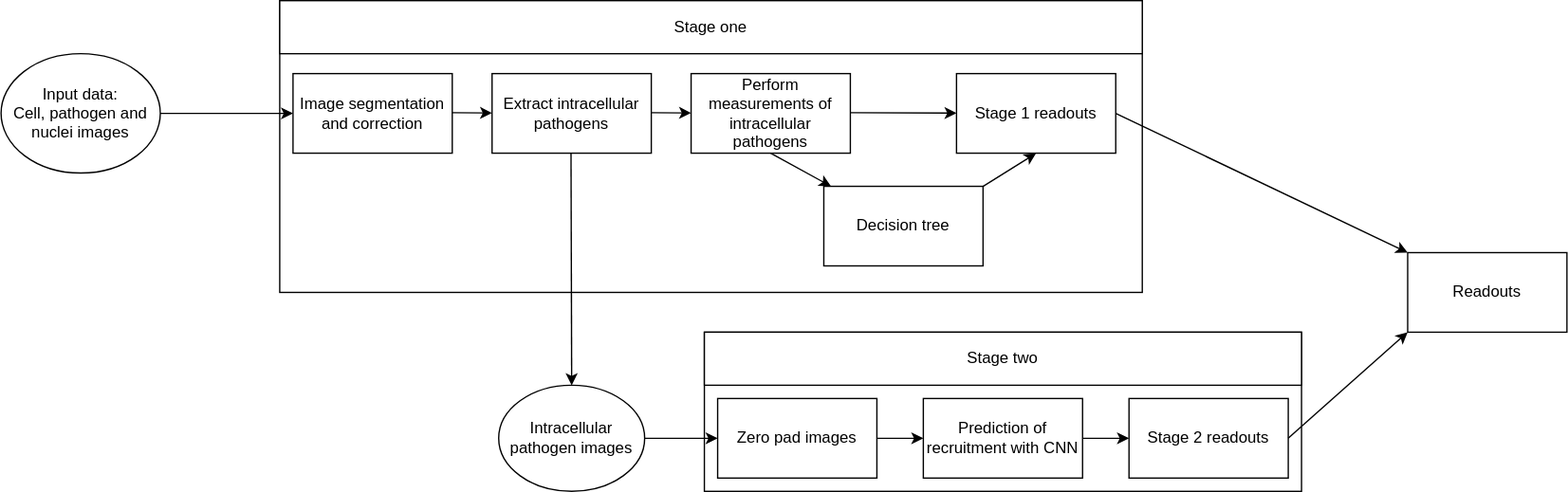
The draw.io diagram pipeline.drawio.svg in darkhaze97/pathogen_host_interaction_pipeline, before a commit. Source tidied: cells renumbered, new cells last; positions are measured from the earlier drawing's top-left corner, leaving out a move shared by most shapes.
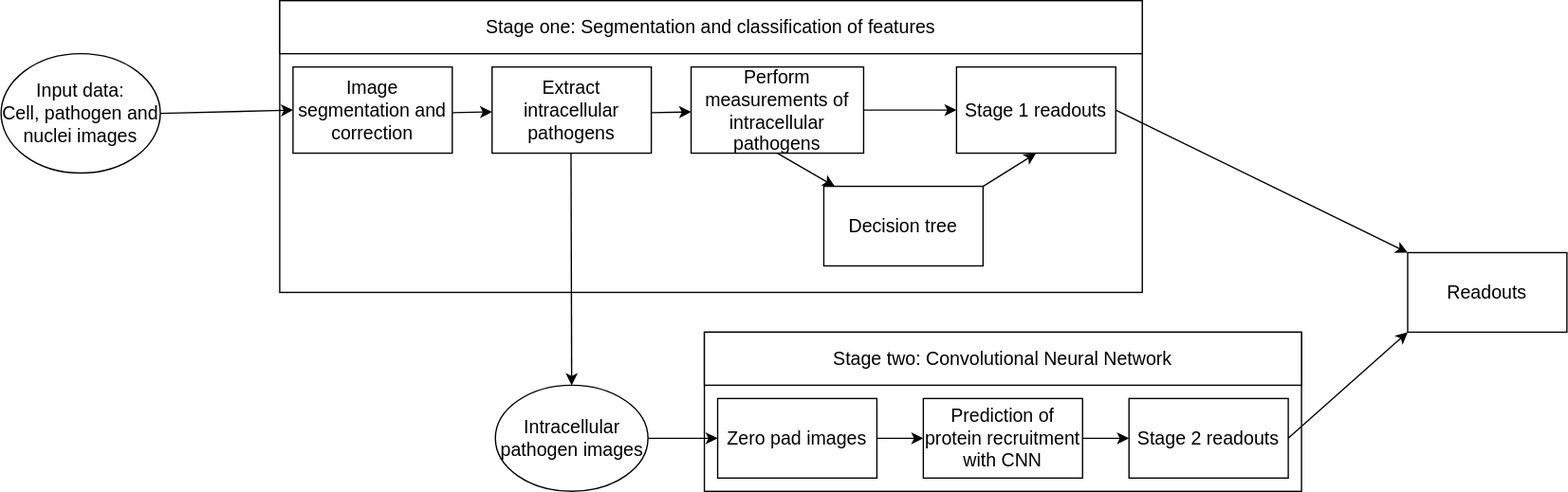
Later version of the same file.

The edit, as a diff of the source:
```diff
@@ -2,39 +2,39 @@
   <root>
     <mxCell id="0" />
     <mxCell id="1" parent="0" />
-    <mxCell id="2" value="Input data:&lt;br&gt;Cell, pathogen and nuclei images" style="ellipse;whiteSpace=wrap;html=1;" parent="1" vertex="1">
+    <mxCell id="2" value="&lt;font style=&quot;font-size: 14px&quot;&gt;Input data:&lt;br&gt;Cell, pathogen and nuclei images&lt;/font&gt;" style="ellipse;whiteSpace=wrap;html=1;" parent="1" vertex="1">
       <mxGeometry y="40" width="120" height="90" as="geometry" />
     </mxCell>
     <mxCell id="3" style="rounded=0;whiteSpace=wrap;html=1;" parent="1" vertex="1">
       <mxGeometry x="210" width="650" height="220" as="geometry" />
     </mxCell>
-    <mxCell id="4" value="Stage one" style="rounded=0;whiteSpace=wrap;html=1;" parent="1" vertex="1">
+    <mxCell id="4" value="&lt;font style=&quot;font-size: 14px&quot;&gt;Stage one: Segmentation and classification of features&lt;/font&gt;" style="rounded=0;whiteSpace=wrap;html=1;" parent="1" vertex="1">
       <mxGeometry x="210" width="650" height="40" as="geometry" />
     </mxCell>
     <mxCell id="5" style="endArrow=classic;html=1;rounded=0;entryX=0;entryY=0.5;entryDx=0;entryDy=0;exitX=1;exitY=0.5;exitDx=0;exitDy=0;" parent="1" edge="1" source="2" target="6">
       <mxGeometry relative="1" as="geometry" />
     </mxCell>
-    <mxCell id="6" value="Image segmentation and correction" style="rounded=0;whiteSpace=wrap;html=1;" parent="1" vertex="1">
-      <mxGeometry x="220" y="55" width="120" height="60" as="geometry" />
+    <mxCell id="6" value="&lt;font style=&quot;font-size: 14px&quot;&gt;Image segmentation and correction&lt;/font&gt;" style="rounded=0;whiteSpace=wrap;html=1;" parent="1" vertex="1">
+      <mxGeometry x="220" y="50" width="120" height="65" as="geometry" />
     </mxCell>
     <mxCell id="7" style="endArrow=classic;html=1;rounded=0;" parent="1" edge="1" target="8">
       <mxGeometry relative="1" as="geometry">
         <mxPoint x="340" y="84.5" as="sourcePoint" />
       </mxGeometry>
     </mxCell>
-    <mxCell id="8" value="Extract intracellular pathogens" style="rounded=0;whiteSpace=wrap;html=1;" parent="1" vertex="1">
-      <mxGeometry x="370" y="55" width="120" height="60" as="geometry" />
+    <mxCell id="8" value="&lt;font style=&quot;font-size: 14px&quot;&gt;Extract intracellular pathogens&lt;/font&gt;" style="rounded=0;whiteSpace=wrap;html=1;" parent="1" vertex="1">
+      <mxGeometry x="370" y="50" width="120" height="65" as="geometry" />
     </mxCell>
     <mxCell id="9" style="endArrow=classic;html=1;rounded=0;" parent="1" edge="1" target="10">
       <mxGeometry relative="1" as="geometry">
         <mxPoint x="490" y="84.5" as="sourcePoint" />
       </mxGeometry>
     </mxCell>
-    <mxCell id="10" value="Perform measurements of intracellular pathogens" style="rounded=0;whiteSpace=wrap;html=1;" parent="1" vertex="1">
-      <mxGeometry x="520" y="55" width="120" height="60" as="geometry" />
+    <mxCell id="10" value="&lt;font style=&quot;font-size: 14px&quot;&gt;Perform measurements of intracellular pathogens&lt;/font&gt;" style="rounded=0;whiteSpace=wrap;html=1;" parent="1" vertex="1">
+      <mxGeometry x="520" y="50" width="130" height="65" as="geometry" />
     </mxCell>
-    <mxCell id="11" value="Intracellular pathogen images" style="ellipse;whiteSpace=wrap;html=1;" parent="1" vertex="1">
-      <mxGeometry x="375" y="290" width="110" height="80" as="geometry" />
+    <mxCell id="11" value="&lt;font style=&quot;font-size: 14px&quot;&gt;Intracellular pathogen images&lt;/font&gt;" style="ellipse;whiteSpace=wrap;html=1;" parent="1" vertex="1">
+      <mxGeometry x="372.5" y="290" width="115" height="80" as="geometry" />
     </mxCell>
     <mxCell id="12" style="endArrow=classic;html=1;rounded=0;entryX=0.5;entryY=0;entryDx=0;entryDy=0;" parent="1" edge="1" target="11">
       <mxGeometry relative="1" as="geometry">
@@ -44,45 +44,43 @@
     <mxCell id="13" style="rounded=0;whiteSpace=wrap;html=1;" parent="1" vertex="1">
       <mxGeometry x="530" y="250" width="450" height="120" as="geometry" />
     </mxCell>
-    <mxCell id="14" value="Zero pad images" style="rounded=0;whiteSpace=wrap;html=1;" parent="1" vertex="1">
+    <mxCell id="14" value="&lt;font style=&quot;font-size: 14px&quot;&gt;Zero pad images&lt;/font&gt;" style="rounded=0;whiteSpace=wrap;html=1;" parent="1" vertex="1">
       <mxGeometry x="540" y="300" width="120" height="60" as="geometry" />
     </mxCell>
-    <mxCell id="15" value="Stage two" style="rounded=0;whiteSpace=wrap;html=1;" parent="1" vertex="1">
+    <mxCell id="15" value="&lt;font style=&quot;font-size: 14px&quot;&gt;Stage two: Convolutional Neural Network&lt;/font&gt;" style="rounded=0;whiteSpace=wrap;html=1;" parent="1" vertex="1">
       <mxGeometry x="530" y="250" width="450" height="40" as="geometry" />
     </mxCell>
     <mxCell id="16" style="endArrow=classic;html=1;rounded=0;exitX=1;exitY=0.5;exitDx=0;exitDy=0;" parent="1" edge="1" source="14" target="17">
       <mxGeometry relative="1" as="geometry" />
     </mxCell>
-    <mxCell id="17" value="Prediction of recruitment with CNN" style="rounded=0;whiteSpace=wrap;html=1;" parent="1" vertex="1">
+    <mxCell id="17" value="&lt;font style=&quot;font-size: 14px&quot;&gt;Prediction of protein recruitment with CNN&lt;/font&gt;" style="rounded=0;whiteSpace=wrap;html=1;" parent="1" vertex="1">
       <mxGeometry x="695" y="300" width="120" height="60" as="geometry" />
     </mxCell>
     <mxCell id="18" style="endArrow=classic;html=1;rounded=0;exitX=1;exitY=0.5;exitDx=0;exitDy=0;" parent="1" edge="1" source="17" target="19">
       <mxGeometry relative="1" as="geometry" />
     </mxCell>
-    <mxCell id="19" value="Stage 2 readouts" style="rounded=0;whiteSpace=wrap;html=1;" parent="1" vertex="1">
+    <mxCell id="19" value="&lt;font style=&quot;font-size: 14px&quot;&gt;Stage 2 readouts&lt;/font&gt;" style="rounded=0;whiteSpace=wrap;html=1;" parent="1" vertex="1">
       <mxGeometry x="850" y="300" width="120" height="60" as="geometry" />
     </mxCell>
     <mxCell id="20" style="endArrow=classic;html=1;rounded=0;exitX=1;exitY=0.5;exitDx=0;exitDy=0;" parent="1" edge="1" source="11" target="14">
       <mxGeometry relative="1" as="geometry" />
     </mxCell>
-    <mxCell id="21" style="endArrow=classic;html=1;rounded=0;" parent="1" edge="1" target="22">
-      <mxGeometry relative="1" as="geometry">
-        <mxPoint x="640" y="84.5" as="sourcePoint" />
-      </mxGeometry>
+    <mxCell id="21" style="endArrow=classic;html=1;rounded=0;exitX=1;exitY=0.5;exitDx=0;exitDy=0;" parent="1" edge="1" source="10" target="22">
+      <mxGeometry relative="1" as="geometry" />
     </mxCell>
-    <mxCell id="22" value="Stage 1 readouts" style="rounded=0;whiteSpace=wrap;html=1;" parent="1" vertex="1">
-      <mxGeometry x="720" y="55" width="120" height="60" as="geometry" />
+    <mxCell id="22" value="&lt;font style=&quot;font-size: 14px&quot;&gt;Stage 1 readouts&lt;/font&gt;" style="rounded=0;whiteSpace=wrap;html=1;" parent="1" vertex="1">
+      <mxGeometry x="720" y="50" width="120" height="65" as="geometry" />
     </mxCell>
     <mxCell id="23" style="endArrow=classic;html=1;rounded=0;exitX=0.5;exitY=1;exitDx=0;exitDy=0;" parent="1" edge="1" source="10" target="24">
       <mxGeometry relative="1" as="geometry" />
     </mxCell>
-    <mxCell id="24" value="Decision tree" style="rounded=0;whiteSpace=wrap;html=1;" parent="1" vertex="1">
+    <mxCell id="24" value="&lt;font style=&quot;font-size: 14px&quot;&gt;Decision tree&lt;/font&gt;" style="rounded=0;whiteSpace=wrap;html=1;" parent="1" vertex="1">
       <mxGeometry x="620" y="140" width="120" height="60" as="geometry" />
     </mxCell>
     <mxCell id="25" style="endArrow=classic;html=1;rounded=0;exitX=1;exitY=0;exitDx=0;exitDy=0;entryX=0.5;entryY=1;entryDx=0;entryDy=0;" parent="1" edge="1" source="24" target="22">
       <mxGeometry relative="1" as="geometry" />
     </mxCell>
-    <mxCell id="26" value="Readouts" style="rounded=0;whiteSpace=wrap;html=1;" parent="1" vertex="1">
+    <mxCell id="26" value="&lt;font style=&quot;font-size: 14px&quot;&gt;Readouts&lt;/font&gt;" style="rounded=0;whiteSpace=wrap;html=1;" parent="1" vertex="1">
       <mxGeometry x="1060" y="190" width="120" height="60" as="geometry" />
     </mxCell>
     <mxCell id="27" style="endArrow=classic;html=1;rounded=0;exitX=1;exitY=0.5;exitDx=0;exitDy=0;entryX=0;entryY=0;entryDx=0;entryDy=0;" parent="1" edge="1" source="22" target="26">
```
